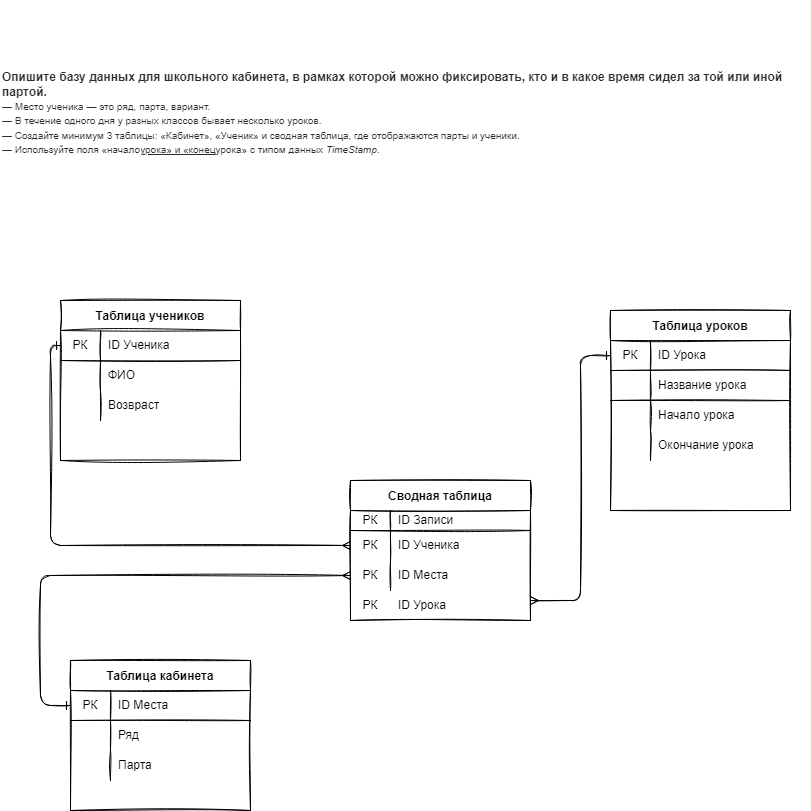
The draw.io diagram HWorkBaseDan/Bas.drawio.png in VladimirVicPar/qwerty1, before a commit. Source tidied: cells renumbered, new cells last; positions are measured from the earlier drawing's top-left corner, leaving out a move shared by most shapes. The source it was exported from:
```xml
<mxGraphModel math="1">
  <root>
    <mxCell id="0" />
    <mxCell id="1" parent="0" />
    <mxCell id="2" value="Таблица учеников" style="shape=table;startSize=30;rowLines=0;fontStyle=1;align=center;sketch=1;" parent="1" vertex="1">
      <mxGeometry x="60" y="300" width="180" height="160" as="geometry" />
    </mxCell>
    <mxCell id="3" style="shape=partialRectangle;html=1;whiteSpace=wrap;fillColor=none;top=0;left=0;bottom=1;right=0;points=[[0,0.5],[1,0.5]];portConstraint=eastwest;sketch=1;" parent="2" vertex="1">
      <mxGeometry y="30" width="180" height="30" as="geometry" />
    </mxCell>
    <mxCell id="4" value="РК" style="shape=partialRectangle;html=1;whiteSpace=wrap;fillColor=none;top=0;left=0;bottom=0;right=0;overflow=hidden;sketch=1;" parent="3" vertex="1">
      <mxGeometry width="40" height="30" as="geometry" />
    </mxCell>
    <mxCell id="5" value="ID Ученика" style="shape=partialRectangle;html=1;whiteSpace=wrap;fillColor=none;top=0;left=0;bottom=0;right=0;align=left;spacingLeft=6;overflow=hidden;sketch=1;" parent="3" vertex="1">
      <mxGeometry x="40" width="140" height="30" as="geometry" />
    </mxCell>
    <mxCell id="6" style="shape=partialRectangle;html=1;whiteSpace=wrap;fillColor=none;top=0;left=0;bottom=0;right=0;sketch=1;" parent="2" vertex="1">
      <mxGeometry y="60" width="180" height="30" as="geometry" />
    </mxCell>
    <mxCell id="7" style="shape=partialRectangle;html=1;whiteSpace=wrap;fillColor=none;top=0;left=0;bottom=0;right=0;overflow=hidden;sketch=1;" parent="6" vertex="1">
      <mxGeometry width="40" height="30" as="geometry" />
    </mxCell>
    <mxCell id="8" value="ФИО" style="shape=partialRectangle;html=1;whiteSpace=wrap;fillColor=none;top=0;left=0;bottom=0;right=0;align=left;spacingLeft=6;overflow=hidden;sketch=1;" parent="6" vertex="1">
      <mxGeometry x="40" width="140" height="30" as="geometry" />
    </mxCell>
    <mxCell id="9" style="shape=partialRectangle;html=1;whiteSpace=wrap;fillColor=none;top=0;left=0;bottom=0;right=0;sketch=1;" parent="2" vertex="1">
      <mxGeometry y="90" width="180" height="30" as="geometry" />
    </mxCell>
    <mxCell id="10" style="shape=partialRectangle;html=1;whiteSpace=wrap;fillColor=none;top=0;left=0;bottom=0;right=0;overflow=hidden;sketch=1;" parent="9" vertex="1">
      <mxGeometry width="40" height="30" as="geometry" />
    </mxCell>
    <mxCell id="11" value="Возвраст" style="shape=partialRectangle;html=1;whiteSpace=wrap;fillColor=none;top=0;left=0;bottom=0;right=0;align=left;spacingLeft=6;overflow=hidden;sketch=1;" parent="9" vertex="1">
      <mxGeometry x="40" width="140" height="30" as="geometry" />
    </mxCell>
    <mxCell id="12" value="Сводная таблица" style="shape=table;startSize=30;rowLines=0;fontStyle=1;align=center;sketch=1;" parent="1" vertex="1">
      <mxGeometry x="350" y="480" width="180" height="140" as="geometry" />
    </mxCell>
    <mxCell id="13" style="shape=partialRectangle;html=1;whiteSpace=wrap;fillColor=none;top=0;left=0;bottom=1;right=0;sketch=1;" parent="12" vertex="1">
      <mxGeometry y="30" width="180" height="20" as="geometry" />
    </mxCell>
    <mxCell id="14" value="РК" style="shape=partialRectangle;html=1;whiteSpace=wrap;fillColor=none;top=0;left=0;bottom=0;right=0;overflow=hidden;sketch=1;" parent="13" vertex="1">
      <mxGeometry width="40" height="20" as="geometry" />
    </mxCell>
    <mxCell id="15" value="ID Записи" style="shape=partialRectangle;html=1;whiteSpace=wrap;fillColor=none;top=0;left=0;bottom=0;right=0;align=left;spacingLeft=6;overflow=hidden;sketch=1;" parent="13" vertex="1">
      <mxGeometry x="40" width="140" height="20" as="geometry" />
    </mxCell>
    <mxCell id="16" style="shape=partialRectangle;html=1;whiteSpace=wrap;fillColor=none;top=0;left=0;bottom=0;right=0;points=[[0,0.5],[1,0.5]];portConstraint=eastwest;sketch=1;" parent="12" vertex="1">
      <mxGeometry y="50" width="180" height="30" as="geometry" />
    </mxCell>
    <mxCell id="17" value="РК" style="shape=partialRectangle;html=1;whiteSpace=wrap;fillColor=none;top=0;left=0;bottom=0;right=0;overflow=hidden;sketch=1;" parent="16" vertex="1">
      <mxGeometry width="40" height="30" as="geometry" />
    </mxCell>
    <mxCell id="18" value="ID Ученика" style="shape=partialRectangle;html=1;whiteSpace=wrap;fillColor=none;top=0;left=0;bottom=0;right=0;align=left;spacingLeft=6;overflow=hidden;sketch=1;" parent="16" vertex="1">
      <mxGeometry x="40" width="140" height="30" as="geometry" />
    </mxCell>
    <mxCell id="19" style="shape=partialRectangle;html=1;whiteSpace=wrap;fillColor=none;top=0;left=0;bottom=0;right=0;points=[[0,0.5],[1,0.5]];portConstraint=eastwest;sketch=1;" parent="12" vertex="1">
      <mxGeometry y="80" width="180" height="30" as="geometry" />
    </mxCell>
    <mxCell id="20" value="РК" style="shape=partialRectangle;html=1;whiteSpace=wrap;fillColor=none;top=0;left=0;bottom=0;right=0;overflow=hidden;sketch=1;" parent="19" vertex="1">
      <mxGeometry width="40" height="30" as="geometry" />
    </mxCell>
    <mxCell id="21" value="ID Места" style="shape=partialRectangle;html=1;whiteSpace=wrap;fillColor=none;top=0;left=0;bottom=0;right=0;align=left;spacingLeft=6;overflow=hidden;sketch=1;" parent="19" vertex="1">
      <mxGeometry x="40" width="140" height="30" as="geometry" />
    </mxCell>
    <mxCell id="22" value="Таблица уроков" style="shape=table;startSize=30;rowLines=0;fontStyle=1;align=center;sketch=1;" parent="1" vertex="1">
      <mxGeometry x="610" y="310" width="180" height="200" as="geometry" />
    </mxCell>
    <mxCell id="23" style="shape=partialRectangle;html=1;whiteSpace=wrap;fillColor=none;top=0;left=0;bottom=1;right=0;points=[[0,0.5],[1,0.5]];portConstraint=eastwest;sketch=1;" parent="22" vertex="1">
      <mxGeometry y="30" width="180" height="30" as="geometry" />
    </mxCell>
    <mxCell id="24" value="РК" style="shape=partialRectangle;html=1;whiteSpace=wrap;fillColor=none;top=0;left=0;bottom=0;right=0;overflow=hidden;sketch=1;" parent="23" vertex="1">
      <mxGeometry width="40" height="30" as="geometry" />
    </mxCell>
    <mxCell id="25" value="ID Урока" style="shape=partialRectangle;html=1;whiteSpace=wrap;fillColor=none;top=0;left=0;bottom=0;right=0;align=left;spacingLeft=6;overflow=hidden;sketch=1;" parent="23" vertex="1">
      <mxGeometry x="40" width="140" height="30" as="geometry" />
    </mxCell>
    <mxCell id="26" style="shape=partialRectangle;html=1;whiteSpace=wrap;fillColor=none;top=0;left=0;bottom=1;right=0;sketch=1;" parent="22" vertex="1">
      <mxGeometry y="60" width="180" height="30" as="geometry" />
    </mxCell>
    <mxCell id="27" style="shape=partialRectangle;html=1;whiteSpace=wrap;fillColor=none;top=0;left=0;bottom=0;right=0;overflow=hidden;sketch=1;" parent="26" vertex="1">
      <mxGeometry width="40" height="30" as="geometry" />
    </mxCell>
    <mxCell id="28" value="&lt;span&gt;Название урока&lt;/span&gt;" style="shape=partialRectangle;html=1;whiteSpace=wrap;fillColor=none;top=0;left=0;bottom=0;right=0;align=left;spacingLeft=6;overflow=hidden;sketch=1;" parent="26" vertex="1">
      <mxGeometry x="40" width="140" height="30" as="geometry" />
    </mxCell>
    <mxCell id="29" style="shape=partialRectangle;html=1;whiteSpace=wrap;fillColor=none;top=0;left=0;bottom=0;right=0;sketch=1;" parent="22" vertex="1">
      <mxGeometry y="90" width="180" height="30" as="geometry" />
    </mxCell>
    <mxCell id="30" style="shape=partialRectangle;html=1;whiteSpace=wrap;fillColor=none;top=0;left=0;bottom=0;right=0;overflow=hidden;sketch=1;" parent="29" vertex="1">
      <mxGeometry width="40" height="30" as="geometry" />
    </mxCell>
    <mxCell id="31" value="Начало урока" style="shape=partialRectangle;html=1;whiteSpace=wrap;fillColor=none;top=0;left=0;bottom=0;right=0;align=left;spacingLeft=6;overflow=hidden;sketch=1;" parent="29" vertex="1">
      <mxGeometry x="40" width="140" height="30" as="geometry" />
    </mxCell>
    <mxCell id="32" style="shape=partialRectangle;html=1;whiteSpace=wrap;fillColor=none;top=0;left=0;bottom=0;right=0;sketch=1;" parent="22" vertex="1">
      <mxGeometry y="120" width="180" height="30" as="geometry" />
    </mxCell>
    <mxCell id="33" style="shape=partialRectangle;html=1;whiteSpace=wrap;fillColor=none;top=0;left=0;bottom=0;right=0;overflow=hidden;sketch=1;" parent="32" vertex="1">
      <mxGeometry width="40" height="30" as="geometry" />
    </mxCell>
    <mxCell id="34" style="shape=partialRectangle;html=1;whiteSpace=wrap;fillColor=none;top=0;left=0;bottom=0;right=0;align=left;spacingLeft=6;overflow=hidden;sketch=1;" parent="32" vertex="1">
      <mxGeometry x="40" width="140" height="30" as="geometry" />
    </mxCell>
    <mxCell id="35" value="Таблица кабинета" style="shape=table;startSize=30;rowLines=0;fontStyle=1;align=center;sketch=1;" parent="1" vertex="1">
      <mxGeometry x="70" y="660" width="180" height="150" as="geometry" />
    </mxCell>
    <mxCell id="36" style="shape=partialRectangle;html=1;whiteSpace=wrap;fillColor=none;top=0;left=0;bottom=1;right=0;points=[[0,0.5],[1,0.5]];portConstraint=eastwest;sketch=1;" parent="35" vertex="1">
      <mxGeometry y="30" width="180" height="30" as="geometry" />
    </mxCell>
    <mxCell id="37" value="РК" style="shape=partialRectangle;html=1;whiteSpace=wrap;fillColor=none;top=0;left=0;bottom=0;right=0;overflow=hidden;sketch=1;" parent="36" vertex="1">
      <mxGeometry width="40" height="30" as="geometry" />
    </mxCell>
    <mxCell id="38" value="ID Места" style="shape=partialRectangle;html=1;whiteSpace=wrap;fillColor=none;top=0;left=0;bottom=0;right=0;align=left;spacingLeft=6;overflow=hidden;sketch=1;" parent="36" vertex="1">
      <mxGeometry x="40" width="140" height="30" as="geometry" />
    </mxCell>
    <mxCell id="39" style="shape=partialRectangle;html=1;whiteSpace=wrap;fillColor=none;top=0;left=0;bottom=0;right=0;sketch=1;" parent="35" vertex="1">
      <mxGeometry y="60" width="180" height="30" as="geometry" />
    </mxCell>
    <mxCell id="40" style="shape=partialRectangle;html=1;whiteSpace=wrap;fillColor=none;top=0;left=0;bottom=0;right=0;overflow=hidden;sketch=1;" parent="39" vertex="1">
      <mxGeometry width="40" height="30" as="geometry" />
    </mxCell>
    <mxCell id="41" value="Ряд" style="shape=partialRectangle;html=1;whiteSpace=wrap;fillColor=none;top=0;left=0;bottom=0;right=0;align=left;spacingLeft=6;overflow=hidden;sketch=1;" parent="39" vertex="1">
      <mxGeometry x="40" width="140" height="30" as="geometry" />
    </mxCell>
    <mxCell id="42" style="shape=partialRectangle;html=1;whiteSpace=wrap;fillColor=none;top=0;left=0;bottom=0;right=0;sketch=1;" parent="35" vertex="1">
      <mxGeometry y="90" width="180" height="30" as="geometry" />
    </mxCell>
    <mxCell id="43" style="shape=partialRectangle;html=1;whiteSpace=wrap;fillColor=none;top=0;left=0;bottom=0;right=0;overflow=hidden;sketch=1;" parent="42" vertex="1">
      <mxGeometry width="40" height="30" as="geometry" />
    </mxCell>
    <mxCell id="44" value="Парта" style="shape=partialRectangle;html=1;whiteSpace=wrap;fillColor=none;top=0;left=0;bottom=0;right=0;align=left;spacingLeft=6;overflow=hidden;sketch=1;" parent="42" vertex="1">
      <mxGeometry x="40" width="140" height="30" as="geometry" />
    </mxCell>
    <object id="45" label="&lt;p style=&quot;box-sizing: border-box ; margin: 0px ; color: rgb(44 , 45 , 48) ; font-family: &amp;#34;roboto&amp;#34; , &amp;#34;san francisco&amp;#34; , &amp;#34;helvetica neue&amp;#34; , &amp;#34;helvetica&amp;#34; , &amp;#34;arial&amp;#34; ; background-color: rgb(255 , 255 , 255)&quot;&gt;&lt;span style=&quot;box-sizing: border-box ; font-weight: 700&quot;&gt;&lt;font style=&quot;font-size: 12px&quot;&gt;Опишите базу данных для школьного кабинета, в рамках которой можно фиксировать, кто и в какое время сидел за той или иной партой.&lt;/font&gt;&lt;/span&gt;&lt;/p&gt;&lt;p style=&quot;box-sizing: border-box ; margin: 0px ; color: rgb(44 , 45 , 48) ; font-family: &amp;#34;roboto&amp;#34; , &amp;#34;san francisco&amp;#34; , &amp;#34;helvetica neue&amp;#34; , &amp;#34;helvetica&amp;#34; , &amp;#34;arial&amp;#34; ; background-color: rgb(255 , 255 , 255)&quot;&gt;&lt;font style=&quot;font-size: 10px&quot;&gt;— Место ученика — это ряд, парта, вариант.&lt;br style=&quot;box-sizing: border-box&quot;&gt;— В течение одного дня у разных классов бывает несколько уроков.&lt;br style=&quot;box-sizing: border-box&quot;&gt;— Создайте минимум 3 таблицы: «Кабинет», «Ученик» и сводная таблица, где отображаются парты и ученики.&lt;br style=&quot;box-sizing: border-box&quot;&gt;— Используйте поля «начало&lt;u style=&quot;box-sizing: border-box&quot;&gt;урока» и «конец&lt;/u&gt;урока» с типом данных&amp;nbsp;&lt;em style=&quot;box-sizing: border-box&quot;&gt;TimeStamp&lt;/em&gt;.&lt;/font&gt;&lt;/p&gt;&lt;p style=&quot;box-sizing: border-box ; margin: 0px ; color: rgb(44 , 45 , 48) ; font-family: &amp;#34;roboto&amp;#34; , &amp;#34;san francisco&amp;#34; , &amp;#34;helvetica neue&amp;#34; , &amp;#34;helvetica&amp;#34; , &amp;#34;arial&amp;#34; ; background-color: rgb(255 , 255 , 255)&quot;&gt;&lt;br&gt;&lt;/p&gt;" name="Variable" placeholders="1">
      <mxCell style="text;html=1;strokeColor=none;fillColor=none;align=left;verticalAlign=middle;whiteSpace=wrap;overflow=hidden;sketch=1;" parent="1" vertex="1">
        <mxGeometry width="810" height="240" as="geometry" />
      </mxCell>
    </object>
    <mxCell id="46" value="Окончание урока" style="shape=partialRectangle;html=1;whiteSpace=wrap;fillColor=none;top=0;left=0;bottom=0;right=0;align=left;spacingLeft=6;overflow=hidden;sketch=1;" parent="1" vertex="1">
      <mxGeometry x="650" y="430" width="140" height="30" as="geometry" />
    </mxCell>
    <mxCell id="47" value="ID Урока" style="shape=partialRectangle;html=1;whiteSpace=wrap;fillColor=none;top=0;left=0;bottom=0;right=0;align=left;spacingLeft=6;overflow=hidden;sketch=1;" parent="1" vertex="1">
      <mxGeometry x="390" y="590" width="140" height="30" as="geometry" />
    </mxCell>
    <mxCell id="48" value="РК" style="shape=partialRectangle;html=1;whiteSpace=wrap;fillColor=none;top=0;left=0;bottom=0;right=0;overflow=hidden;sketch=1;" parent="1" vertex="1">
      <mxGeometry x="350" y="590" width="40" height="30" as="geometry" />
    </mxCell>
    <mxCell id="49" style="edgeStyle=orthogonalEdgeStyle;sketch=1;html=1;exitX=0;exitY=0.5;exitDx=0;exitDy=0;fontSize=10;endArrow=ERmany;endFill=0;strokeWidth=1;startArrow=ERone;startFill=0;" parent="1" edge="1" source="23">
      <mxGeometry relative="1" as="geometry">
        <mxPoint x="530" y="600" as="targetPoint" />
        <Array as="points">
          <mxPoint x="580" y="355" />
          <mxPoint x="580" y="600" />
        </Array>
      </mxGeometry>
    </mxCell>
    <mxCell id="50" style="edgeStyle=orthogonalEdgeStyle;sketch=1;html=1;exitX=0;exitY=0.5;exitDx=0;exitDy=0;entryX=0;entryY=0.5;entryDx=0;entryDy=0;fontSize=10;startArrow=ERone;startFill=0;endArrow=ERmany;endFill=0;strokeWidth=1;" parent="1" edge="1" source="36" target="19">
      <mxGeometry relative="1" as="geometry">
        <Array as="points">
          <mxPoint x="40" y="705" />
          <mxPoint x="40" y="575" />
        </Array>
      </mxGeometry>
    </mxCell>
    <mxCell id="51" style="edgeStyle=orthogonalEdgeStyle;sketch=1;html=1;exitX=0;exitY=0.5;exitDx=0;exitDy=0;entryX=0;entryY=0.5;entryDx=0;entryDy=0;fontSize=10;startArrow=ERone;startFill=0;endArrow=ERmany;endFill=0;strokeWidth=1;" parent="1" edge="1" source="3" target="16">
      <mxGeometry relative="1" as="geometry" />
    </mxCell>
  </root>
</mxGraphModel>
```
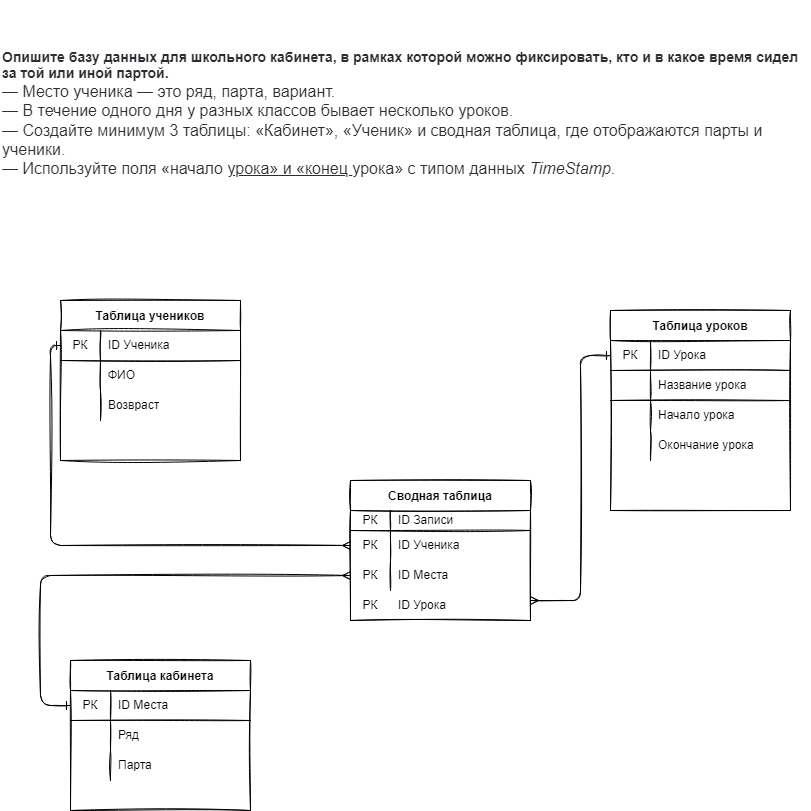
The same file after the commit.

The edit, as a diff of the source:
```diff
@@ -131,7 +131,7 @@
     <mxCell id="44" value="Парта" style="shape=partialRectangle;html=1;whiteSpace=wrap;fillColor=none;top=0;left=0;bottom=0;right=0;align=left;spacingLeft=6;overflow=hidden;sketch=1;" parent="42" vertex="1">
       <mxGeometry x="40" width="140" height="30" as="geometry" />
     </mxCell>
-    <object id="45" label="&lt;p style=&quot;box-sizing: border-box ; margin: 0px ; color: rgb(44 , 45 , 48) ; font-family: &amp;#34;roboto&amp;#34; , &amp;#34;san francisco&amp;#34; , &amp;#34;helvetica neue&amp;#34; , &amp;#34;helvetica&amp;#34; , &amp;#34;arial&amp;#34; ; background-color: rgb(255 , 255 , 255)&quot;&gt;&lt;span style=&quot;box-sizing: border-box ; font-weight: 700&quot;&gt;&lt;font style=&quot;font-size: 12px&quot;&gt;Опишите базу данных для школьного кабинета, в рамках которой можно фиксировать, кто и в какое время сидел за той или иной партой.&lt;/font&gt;&lt;/span&gt;&lt;/p&gt;&lt;p style=&quot;box-sizing: border-box ; margin: 0px ; color: rgb(44 , 45 , 48) ; font-family: &amp;#34;roboto&amp;#34; , &amp;#34;san francisco&amp;#34; , &amp;#34;helvetica neue&amp;#34; , &amp;#34;helvetica&amp;#34; , &amp;#34;arial&amp;#34; ; background-color: rgb(255 , 255 , 255)&quot;&gt;&lt;font style=&quot;font-size: 10px&quot;&gt;— Место ученика — это ряд, парта, вариант.&lt;br style=&quot;box-sizing: border-box&quot;&gt;— В течение одного дня у разных классов бывает несколько уроков.&lt;br style=&quot;box-sizing: border-box&quot;&gt;— Создайте минимум 3 таблицы: «Кабинет», «Ученик» и сводная таблица, где отображаются парты и ученики.&lt;br style=&quot;box-sizing: border-box&quot;&gt;— Используйте поля «начало&lt;u style=&quot;box-sizing: border-box&quot;&gt;урока» и «конец&lt;/u&gt;урока» с типом данных&amp;nbsp;&lt;em style=&quot;box-sizing: border-box&quot;&gt;TimeStamp&lt;/em&gt;.&lt;/font&gt;&lt;/p&gt;&lt;p style=&quot;box-sizing: border-box ; margin: 0px ; color: rgb(44 , 45 , 48) ; font-family: &amp;#34;roboto&amp;#34; , &amp;#34;san francisco&amp;#34; , &amp;#34;helvetica neue&amp;#34; , &amp;#34;helvetica&amp;#34; , &amp;#34;arial&amp;#34; ; background-color: rgb(255 , 255 , 255)&quot;&gt;&lt;br&gt;&lt;/p&gt;" name="Variable" placeholders="1">
+    <object id="45" label="&lt;p style=&quot;box-sizing: border-box ; margin: 0px ; color: rgb(44 , 45 , 48) ; font-family: &amp;#34;roboto&amp;#34; , &amp;#34;san francisco&amp;#34; , &amp;#34;helvetica neue&amp;#34; , &amp;#34;helvetica&amp;#34; , &amp;#34;arial&amp;#34; ; background-color: rgb(255 , 255 , 255)&quot;&gt;&lt;span style=&quot;box-sizing: border-box ; font-weight: 700&quot;&gt;&lt;font style=&quot;font-size: 14px&quot;&gt;Опишите базу данных для школьного кабинета, в рамках которой можно фиксировать, кто и в какое время сидел за той или иной партой.&lt;/font&gt;&lt;/span&gt;&lt;/p&gt;&lt;p style=&quot;box-sizing: border-box ; margin: 0px ; color: rgb(44 , 45 , 48) ; font-family: &amp;#34;roboto&amp;#34; , &amp;#34;san francisco&amp;#34; , &amp;#34;helvetica neue&amp;#34; , &amp;#34;helvetica&amp;#34; , &amp;#34;arial&amp;#34; ; background-color: rgb(255 , 255 , 255)&quot;&gt;&lt;font size=&quot;3&quot;&gt;— Место ученика — это ряд, парта, вариант.&lt;br style=&quot;box-sizing: border-box&quot;&gt;— В течение одного дня у разных классов бывает несколько уроков.&lt;br style=&quot;box-sizing: border-box&quot;&gt;— Создайте минимум 3 таблицы: «Кабинет», «Ученик» и сводная таблица, где отображаются парты и ученики.&lt;br style=&quot;box-sizing: border-box&quot;&gt;— Используйте поля «начало&amp;nbsp;&lt;u style=&quot;box-sizing: border-box&quot;&gt;урока» и «конец&amp;nbsp;&lt;/u&gt;урока» с типом данных&amp;nbsp;&lt;em style=&quot;box-sizing: border-box&quot;&gt;TimeStamp&lt;/em&gt;.&lt;/font&gt;&lt;/p&gt;&lt;p style=&quot;box-sizing: border-box ; margin: 0px ; color: rgb(44 , 45 , 48) ; font-family: &amp;#34;roboto&amp;#34; , &amp;#34;san francisco&amp;#34; , &amp;#34;helvetica neue&amp;#34; , &amp;#34;helvetica&amp;#34; , &amp;#34;arial&amp;#34; ; background-color: rgb(255 , 255 , 255)&quot;&gt;&lt;br&gt;&lt;/p&gt;" name="Variable" placeholders="1">
       <mxCell style="text;html=1;strokeColor=none;fillColor=none;align=left;verticalAlign=middle;whiteSpace=wrap;overflow=hidden;sketch=1;" parent="1" vertex="1">
         <mxGeometry width="810" height="240" as="geometry" />
       </mxCell>
```
